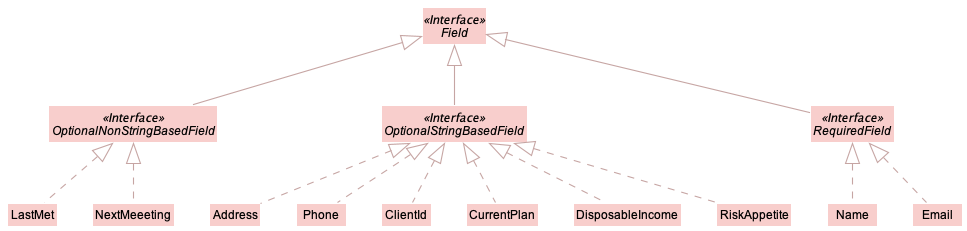
nus-cs2103-AY2122S1/tp keeps this PlantUML diagram as docs/images/FieldClassDiagram.png. Above is the earlier version.
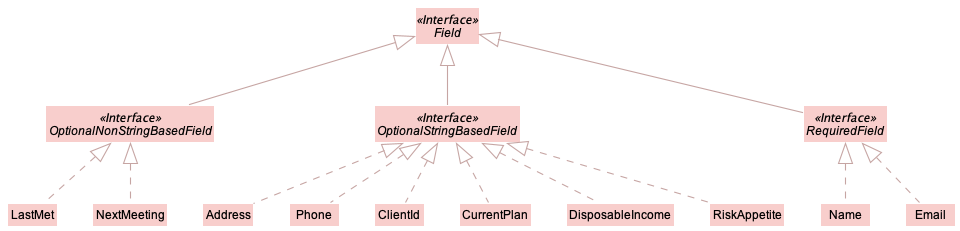
After the change.

The edit, as a diff of the source:
```diff
@@ -22,6 +22,6 @@
 DisposableIncome .up.|> OptionalStringBasedField
 RiskAppetite .up.|> OptionalStringBasedField
 LastMet .up.|> OptionalNonStringBasedField
-NextMeeeting .up.|> OptionalNonStringBasedField
+NextMeeting .up.|> OptionalNonStringBasedField
 
 @enduml
```
